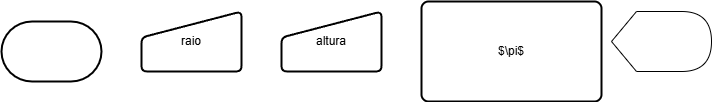
Earlier version of the draw.io export Parte-1/Atividade3.png (kf-martins-uel/algoritmos-atividade1). Source tidied: cells renumbered, new cells last; positions are measured from the earlier drawing's top-left corner, leaving out a move shared by most shapes.
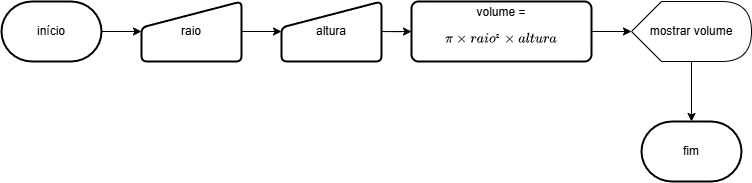
The same file after the commit.

What changed in the source:
```diff
@@ -2,20 +2,38 @@
   <root>
     <mxCell id="0" />
     <mxCell id="1" parent="0" />
+    <mxCell id="7" style="edgeStyle=orthogonalEdgeStyle;rounded=0;jettySize=auto;html=1;" parent="1" edge="1" source="2" target="4">
+      <mxGeometry relative="1" as="geometry" />
+    </mxCell>
-    <mxCell id="2" style="strokeWidth=2;html=1;shape=mxgraph.flowchart.terminator;whiteSpace=wrap;" parent="1" vertex="1">
-      <mxGeometry y="20" width="100" height="60" as="geometry" />
+    <mxCell id="2" value="início" style="strokeWidth=2;html=1;shape=mxgraph.flowchart.terminator;whiteSpace=wrap;" parent="1" vertex="1">
+      <mxGeometry y="10" width="100" height="60" as="geometry" />
     </mxCell>
-    <mxCell id="3" style="shape=display;whiteSpace=wrap;html=1;" parent="1" vertex="1">
-      <mxGeometry x="610" y="10" width="100" height="60" as="geometry" />
+    <mxCell id="3" value="mostrar volume" style="shape=display;whiteSpace=wrap;html=1;" parent="1" vertex="1">
+      <mxGeometry x="630" y="10" width="120" height="60" as="geometry" />
     </mxCell>
+    <mxCell id="8" style="edgeStyle=orthogonalEdgeStyle;rounded=0;jettySize=auto;html=1;" parent="1" edge="1" source="4" target="5">
+      <mxGeometry relative="1" as="geometry" />
+    </mxCell>
     <mxCell id="4" value="raio" style="html=1;strokeWidth=2;shape=manualInput;whiteSpace=wrap;rounded=1;size=26;arcSize=11;" parent="1" vertex="1">
       <mxGeometry x="140" y="10" width="100" height="60" as="geometry" />
     </mxCell>
+    <mxCell id="9" style="edgeStyle=orthogonalEdgeStyle;rounded=0;jettySize=auto;html=1;" parent="1" edge="1" source="5" target="6">
+      <mxGeometry relative="1" as="geometry" />
+    </mxCell>
     <mxCell id="5" value="altura" style="html=1;strokeWidth=2;shape=manualInput;whiteSpace=wrap;rounded=1;size=26;arcSize=11;" parent="1" vertex="1">
       <mxGeometry x="280" y="10" width="100" height="60" as="geometry" />
     </mxCell>
+    <mxCell id="10" style="edgeStyle=orthogonalEdgeStyle;rounded=0;jettySize=auto;html=1;" parent="1" edge="1" source="6" target="3">
+      <mxGeometry relative="1" as="geometry" />
+    </mxCell>
-    <mxCell id="6" value="$\pi$" style="rounded=1;whiteSpace=wrap;html=1;absoluteArcSize=1;arcSize=14;strokeWidth=2;" parent="1" vertex="1">
-      <mxGeometry x="420" width="180" height="100" as="geometry" />
+    <mxCell id="6" value="volume = $$\pi\times raio² \times altura$$" style="rounded=1;whiteSpace=wrap;html=1;absoluteArcSize=1;arcSize=14;strokeWidth=2;" parent="1" vertex="1">
+      <mxGeometry x="410" y="10" width="180" height="60" as="geometry" />
     </mxCell>
+    <mxCell id="11" value="fim" style="strokeWidth=2;html=1;shape=mxgraph.flowchart.terminator;whiteSpace=wrap;" parent="1" vertex="1">
+      <mxGeometry x="640" y="130" width="100" height="60" as="geometry" />
+    </mxCell>
+    <mxCell id="12" style="edgeStyle=orthogonalEdgeStyle;rounded=0;jettySize=auto;html=1;entryX=0.5;entryY=0;entryDx=0;entryDy=0;entryPerimeter=0;" parent="1" edge="1" source="3" target="11">
+      <mxGeometry relative="1" as="geometry" />
+    </mxCell>
   </root>
 </mxGraphModel>
```
